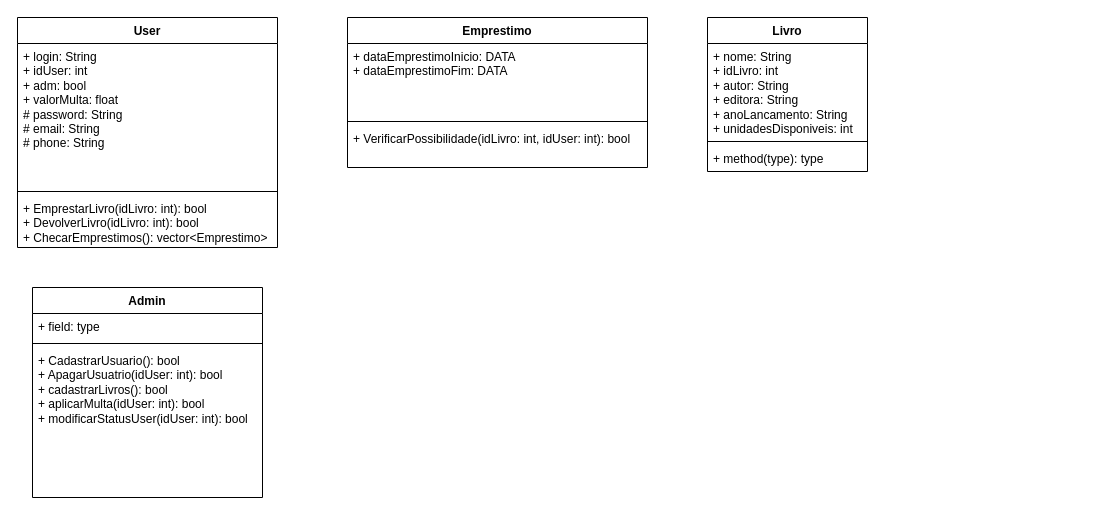
Before: Aula_02/Exercicios/ex005.drawio in Gabi-r7/Programacao_1_Cpp, a draw.io diagram. Source tidied: cells renumbered, new cells numbered last; positions are measured from the earlier drawing's top-left corner, leaving out a move shared by most shapes. Both pictures are drawn from the tidied source at 100%, with x=0, y=0 at pixel (17, 17).
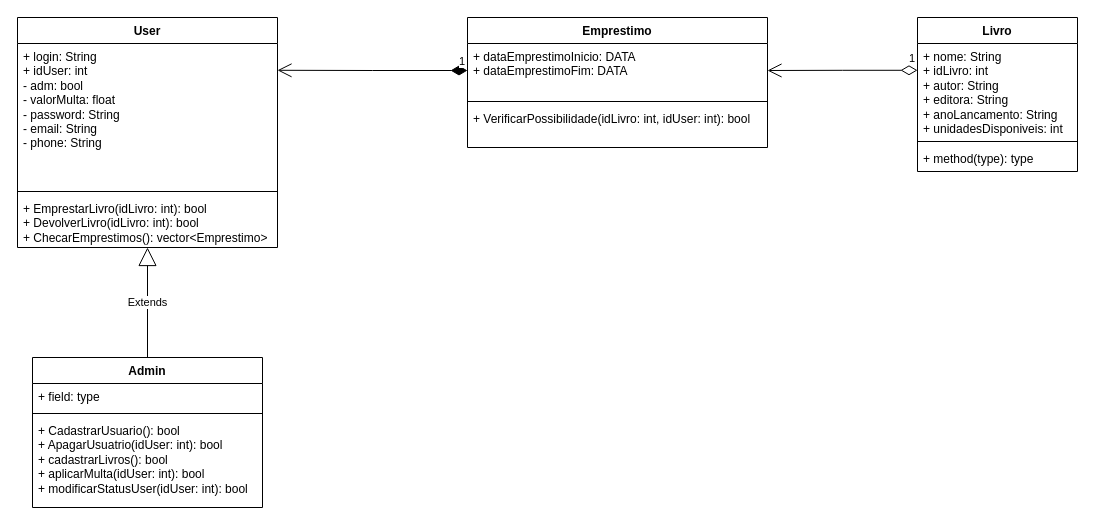
After the change.

The change refers to these unchanged cells:
```xml
<mxCell id="2" value="User" style="swimlane;fontStyle=1;align=center;verticalAlign=top;horizontal=1;startSize=26;whiteSpace=wrap;html=1;" parent="1" vertex="1">
  <mxGeometry width="260" height="230" as="geometry" />
</mxCell>
<mxCell id="7" value="+ nome: String&lt;div&gt;+ idLivro: int&lt;/div&gt;&lt;div&gt;+ autor: String&lt;/div&gt;&lt;div&gt;+ editora: String&lt;/div&gt;&lt;div&gt;+ anoLancamento: String&lt;/div&gt;&lt;div&gt;+ unidadesDisponiveis: int&lt;/div&gt;" style="text;strokeColor=none;fillColor=none;align=left;verticalAlign=top;spacingLeft=4;spacingRight=4;overflow=hidden;points=[[0,0.5],[1,0.5]];portConstraint=eastwest;whiteSpace=wrap;html=1;" parent="6" vertex="1">
  <mxGeometry y="26" width="160" height="94" as="geometry" />
</mxCell>
```

What changed in the source:
```diff
@@
-    <mxCell id="3" value="&lt;div style=&quot;&quot;&gt;&lt;span style=&quot;background-color: initial;&quot;&gt;+ login: String&lt;/span&gt;&lt;/div&gt;&lt;div&gt;&lt;div style=&quot;&quot;&gt;&lt;span style=&quot;background-color: initial;&quot;&gt;+ idUser: int&lt;/span&gt;&lt;/div&gt;&lt;div&gt;&lt;div style=&quot;&quot;&gt;&lt;span style=&quot;background-color: initial;&quot;&gt;+ adm: bool&lt;/span&gt;&lt;/div&gt;&lt;div style=&quot;&quot;&gt;+ valorMulta: float&lt;/div&gt;&lt;div style=&quot;&quot;&gt;# password: String&lt;/div&gt;&lt;div style=&quot;&quot;&gt;# email: String&lt;/div&gt;&lt;div style=&quot;&quot;&gt;# phone: String&lt;/div&gt;&lt;/div&gt;&lt;/div&gt;" style="text;strokeColor=none;fillColor=none;align=left;verticalAlign=top;spacingLeft=4;spacingRight=4;overflow=hidden;points=[[0,0.5],[1,0.5]];portConstraint=eastwest;whiteSpace=wrap;html=1;" parent="2" vertex="1">
+    <mxCell id="3" value="&lt;div style=&quot;&quot;&gt;&lt;span style=&quot;background-color: initial;&quot;&gt;+ login: String&lt;/span&gt;&lt;/div&gt;&lt;div&gt;&lt;div style=&quot;&quot;&gt;&lt;span style=&quot;background-color: initial;&quot;&gt;+ idUser: int&lt;/span&gt;&lt;/div&gt;&lt;div&gt;&lt;div style=&quot;&quot;&gt;&lt;span style=&quot;background-color: initial;&quot;&gt;- adm: bool&lt;/span&gt;&lt;/div&gt;&lt;div style=&quot;&quot;&gt;- valorMulta: float&lt;/div&gt;&lt;div style=&quot;&quot;&gt;- password: String&lt;/div&gt;&lt;div style=&quot;&quot;&gt;- email: String&lt;/div&gt;&lt;div style=&quot;&quot;&gt;- phone: String&lt;/div&gt;&lt;/div&gt;&lt;/div&gt;" style="text;strokeColor=none;fillColor=none;align=left;verticalAlign=top;spacingLeft=4;spacingRight=4;overflow=hidden;points=[[0,0.5],[1,0.5]];portConstraint=eastwest;whiteSpace=wrap;html=1;" parent="2" vertex="1">
       <mxGeometry y="26" width="260" height="144" as="geometry" />
     </mxCell>
@@
     <mxCell id="6" value="Livro" style="swimlane;fontStyle=1;align=center;verticalAlign=top;horizontal=1;startSize=26;whiteSpace=wrap;html=1;" parent="1" vertex="1">
-      <mxGeometry x="690" width="160" height="154" as="geometry" />
+      <mxGeometry x="900" width="160" height="154" as="geometry" />
     </mxCell>
@@
     <mxCell id="10" value="Admin" style="swimlane;fontStyle=1;align=center;verticalAlign=top;horizontal=1;startSize=26;whiteSpace=wrap;html=1;" parent="1" vertex="1">
-      <mxGeometry x="15" y="270" width="230" height="210" as="geometry" />
+      <mxGeometry x="15" y="340" width="230" height="150" as="geometry" />
     </mxCell>
@@
     <mxCell id="13" value="+ CadastrarUsuario(): bool&lt;div&gt;+ ApagarUsuatrio(idUser: int): bool&lt;/div&gt;&lt;div&gt;+ cadastrarLivros(): bool&lt;/div&gt;&lt;div&gt;+ aplicarMulta(idUser: int): bool&lt;/div&gt;&lt;div&gt;+ modificarStatusUser(idUser: int): bool&lt;/div&gt;" style="text;strokeColor=none;fillColor=none;align=left;verticalAlign=top;spacingLeft=4;spacingRight=4;overflow=hidden;whiteSpace=wrap;html=1;" parent="10" vertex="1">
-      <mxGeometry y="60" width="230" height="150" as="geometry" />
+      <mxGeometry y="60" width="230" height="90" as="geometry" />
     </mxCell>
     <mxCell id="14" value="Emprestimo" style="swimlane;fontStyle=1;align=center;verticalAlign=top;horizontal=1;startSize=26;whiteSpace=wrap;html=1;" parent="1" vertex="1">
-      <mxGeometry x="330" width="300" height="150" as="geometry" />
+      <mxGeometry x="450" width="300" height="130" as="geometry" />
     </mxCell>
     <mxCell id="15" value="&lt;div&gt;+ dataEmprestimoInicio: DATA&lt;/div&gt;&lt;div&gt;+ dataEmprestimoFim: DATA&lt;/div&gt;" style="text;strokeColor=none;fillColor=none;align=left;verticalAlign=top;spacingLeft=4;spacingRight=4;overflow=hidden;points=[[0,0.5],[1,0.5]];portConstraint=eastwest;whiteSpace=wrap;html=1;" parent="14" vertex="1">
-      <mxGeometry y="26" width="300" height="74" as="geometry" />
+      <mxGeometry y="26" width="300" height="54" as="geometry" />
     </mxCell>
     <mxCell id="16" style="line;strokeWidth=1;fillColor=none;align=left;verticalAlign=middle;spacingTop=-1;spacingLeft=3;spacingRight=3;labelPosition=right;strokeColor=inherit;" parent="14" vertex="1">
-      <mxGeometry y="100" width="300" height="8" as="geometry" />
+      <mxGeometry y="80" width="300" height="8" as="geometry" />
     </mxCell>
     <mxCell id="17" value="+ VerificarPossibilidade(idLivro: int, idUser: int): bool" style="text;strokeColor=none;fillColor=none;align=left;verticalAlign=top;spacingLeft=4;spacingRight=4;overflow=hidden;whiteSpace=wrap;html=1;" parent="14" vertex="1">
-      <mxGeometry y="108" width="300" height="42" as="geometry" />
+      <mxGeometry y="88" width="300" height="42" as="geometry" />
     </mxCell>
+    <mxCell id="18" value="Extends" style="endArrow=block;endSize=16;endFill=0;html=1;rounded=0;exitX=0.5;exitY=0;exitDx=0;exitDy=0;" parent="1" edge="1" source="10">
+      <mxGeometry relative="1" as="geometry">
+        <mxPoint x="130" y="230" as="targetPoint" />
+      </mxGeometry>
+    </mxCell>
+    <mxCell id="19" value="1" style="endArrow=open;html=1;endSize=12;startArrow=diamondThin;startSize=14;startFill=1;edgeStyle=orthogonalEdgeStyle;align=left;verticalAlign=bottom;rounded=0;exitX=0;exitY=0.5;exitDx=0;exitDy=0;entryX=1;entryY=0.186;entryDx=0;entryDy=0;entryPerimeter=0;" parent="1" edge="1" source="15" target="3">
+      <mxGeometry x="-0.89" relative="1" as="geometry" />
+    </mxCell>
+    <mxCell id="20" value="1" style="endArrow=open;html=1;endSize=12;startArrow=diamondThin;startSize=14;startFill=0;edgeStyle=orthogonalEdgeStyle;align=left;verticalAlign=bottom;rounded=0;exitX=0;exitY=0.285;exitDx=0;exitDy=0;exitPerimeter=0;entryX=1;entryY=0.5;entryDx=0;entryDy=0;" parent="1" edge="1" source="7" target="15">
+      <mxGeometry x="-0.87" y="-3" relative="1" as="geometry" />
+    </mxCell>
```
